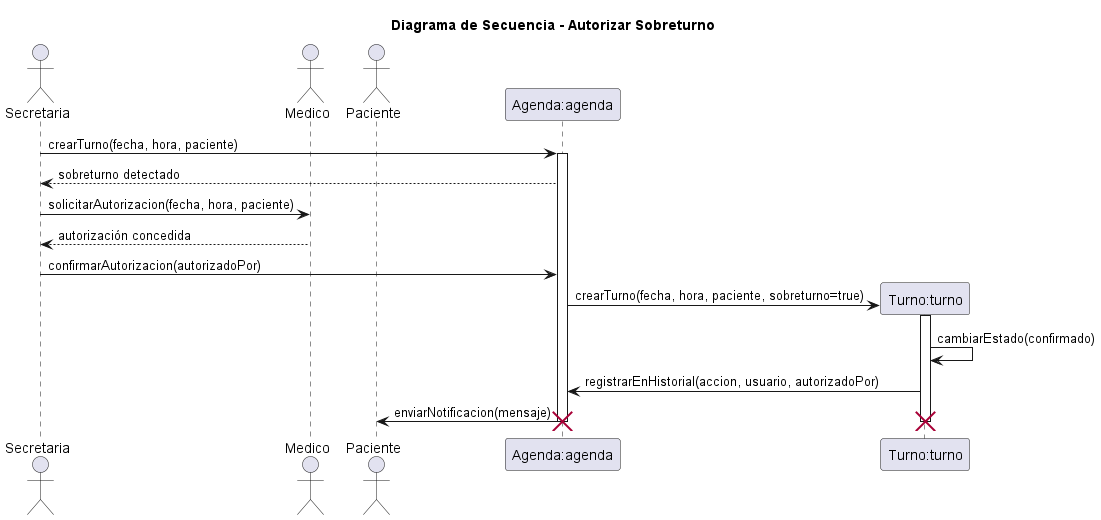
The PlantUML diagram diagramas/05-diagramas-secuencia/05-secuencia-autorizar-sobreturno-05.png in eternalnight04/SistemaTurnosMedicos, before a commit. The source it was exported from:
```plantuml
@startuml 05-secuencia-autorizar-sobreturno-05

title Diagrama de Secuencia - Autorizar Sobreturno


actor Secretaria as secretaria
actor Medico as medico
actor Paciente as paciente

participant "Agenda:agenda" as agenda
participant "Turno:turno" as turno

secretaria -> agenda: crearTurno(fecha, hora, paciente)
activate agenda

agenda --> secretaria: sobreturno detectado

secretaria -> medico: solicitarAutorizacion(fecha, hora, paciente)
medico --> secretaria: autorización concedida

secretaria -> agenda: confirmarAutorizacion(autorizadoPor)

create turno
agenda -> turno: crearTurno(fecha, hora, paciente, sobreturno=true)
activate turno

turno -> turno: cambiarEstado(confirmado)

turno -> agenda: registrarEnHistorial(accion, usuario, autorizadoPor)

agenda -> paciente: enviarNotificacion(mensaje)

deactivate turno
deactivate agenda

destroy turno
destroy agenda

@enduml
```
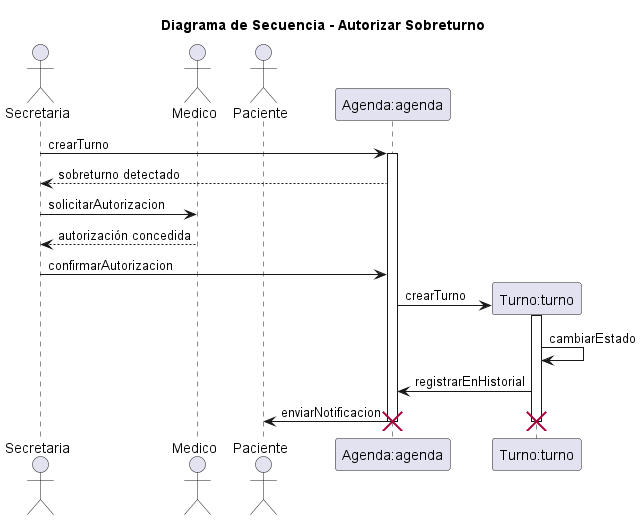
After the commit.

Change to the diagram source:
```diff
@@ -10,25 +10,25 @@
 participant "Agenda:agenda" as agenda
 participant "Turno:turno" as turno
 
-secretaria -> agenda: crearTurno(fecha, hora, paciente)
+secretaria -> agenda: crearTurno
 activate agenda
 
 agenda --> secretaria: sobreturno detectado
 
-secretaria -> medico: solicitarAutorizacion(fecha, hora, paciente)
+secretaria -> medico: solicitarAutorizacion
 medico --> secretaria: autorización concedida
 
-secretaria -> agenda: confirmarAutorizacion(autorizadoPor)
+secretaria -> agenda: confirmarAutorizacion
 
 create turno
-agenda -> turno: crearTurno(fecha, hora, paciente, sobreturno=true)
+agenda -> turno: crearTurno
 activate turno
 
-turno -> turno: cambiarEstado(confirmado)
+turno -> turno: cambiarEstado
 
-turno -> agenda: registrarEnHistorial(accion, usuario, autorizadoPor)
+turno -> agenda: registrarEnHistorial
 
-agenda -> paciente: enviarNotificacion(mensaje)
+agenda -> paciente: enviarNotificacion
 
 deactivate turno
 deactivate agenda
```
